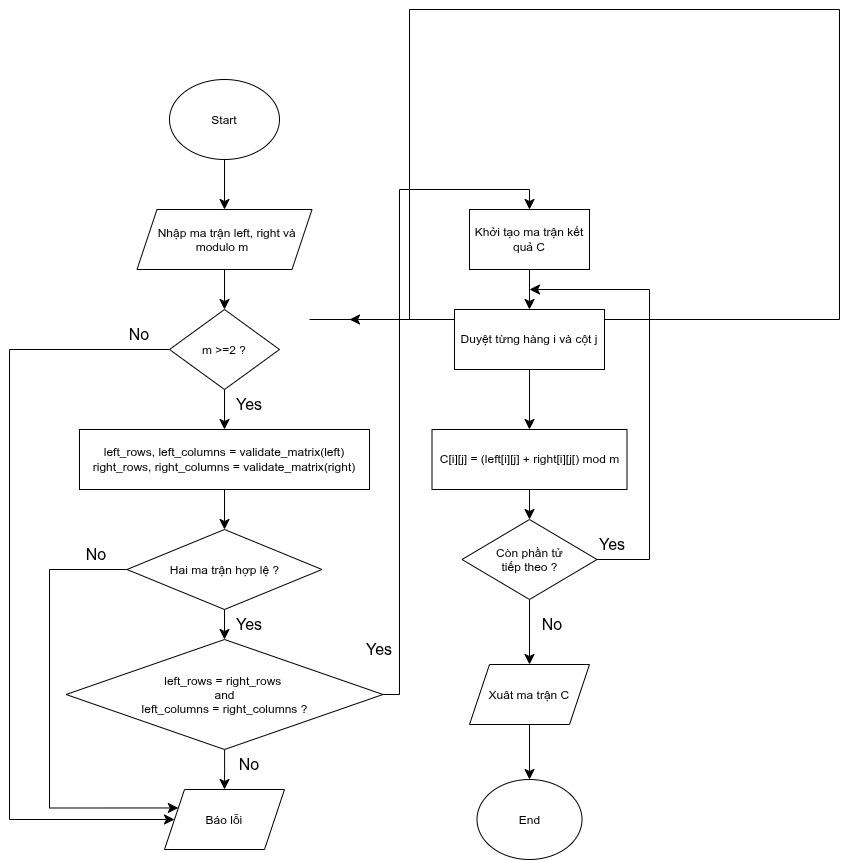
The draw.io diagram assets/matrix_add_modulo.png in quanghung4dhh/LTMM_Project, before a commit. Source tidied: cells renumbered, new cells last; positions are measured from the earlier drawing's top-left corner, leaving out a move shared by most shapes.
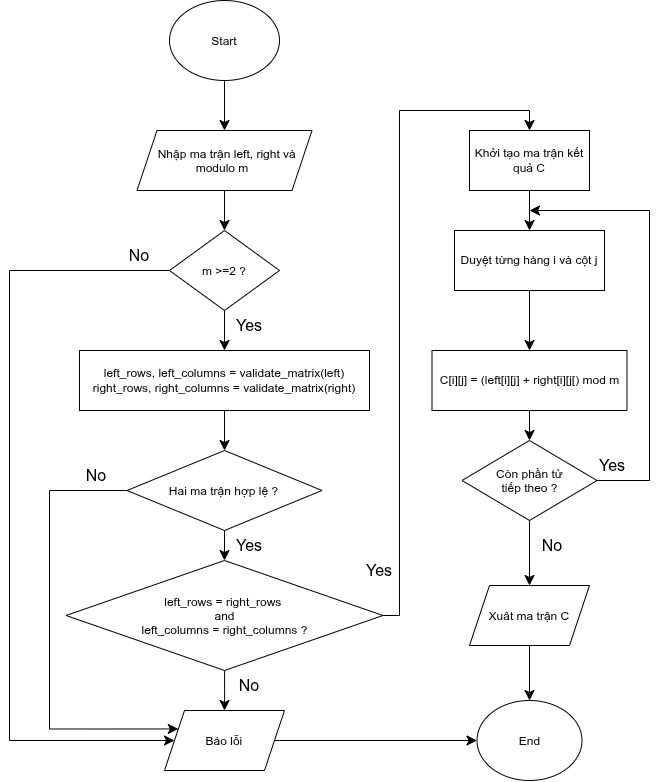
Later version of the same file.

What changed in the source:
```diff
@@ -2,16 +2,6 @@
   <root>
     <mxCell id="0" />
     <mxCell id="1" parent="0" />
-    <mxCell id="2" style="edgeStyle=orthogonalEdgeStyle;curved=0;rounded=0;jettySize=auto;html=1;entryX=0.5;entryY=0;entryDx=0;entryDy=0;fontSize=12;defaultLabelBackgroundColor=page;startSize=8;endSize=8;" parent="1" edge="1" target="x">
-      <mxGeometry x="-0.95" relative="1" as="geometry">
-        <mxPoint x="300" y="310" as="sourcePoint" />
-        <Array as="points">
-          <mxPoint x="400" y="310" />
-          <mxPoint x="400" />
-          <mxPoint x="830" />
-        </Array>
-      </mxGeometry>
-    </mxCell>
     <mxCell id="3" style="edgeStyle=orthogonalEdgeStyle;curved=1;rounded=0;curveGeometry=1;jettySize=auto;html=1;fontSize=12;defaultLabelBackgroundColor=page;startSize=8;endSize=8;" parent="1" edge="1" source="4" target="6">
       <mxGeometry relative="1" as="geometry" />
     </mxCell>
@@ -115,6 +105,9 @@
     <mxCell id="29" value="End" style="ellipse;whiteSpace=wrap;html=1;shapeInside=1;" parent="1" vertex="1">
       <mxGeometry x="467.5" y="770" width="105" height="80" as="geometry" />
     </mxCell>
+    <mxCell id="39" style="edgeStyle=orthogonalEdgeStyle;curved=1;rounded=0;curveGeometry=1;jettySize=auto;html=1;entryX=0;entryY=0.5;entryDx=0;entryDy=0;fontSize=12;defaultLabelBackgroundColor=page;startSize=8;endSize=8;" parent="1" edge="1" source="30" target="29">
+      <mxGeometry relative="1" as="geometry" />
+    </mxCell>
     <mxCell id="30" value="Báo lỗi" style="shape=parallelogram;perimeter=parallelogramPerimeter;whiteSpace=wrap;html=1;shapeInside=1;fixedSize=1;" parent="1" vertex="1">
       <mxGeometry x="155" y="780" width="120" height="60" as="geometry" />
     </mxCell>
```
